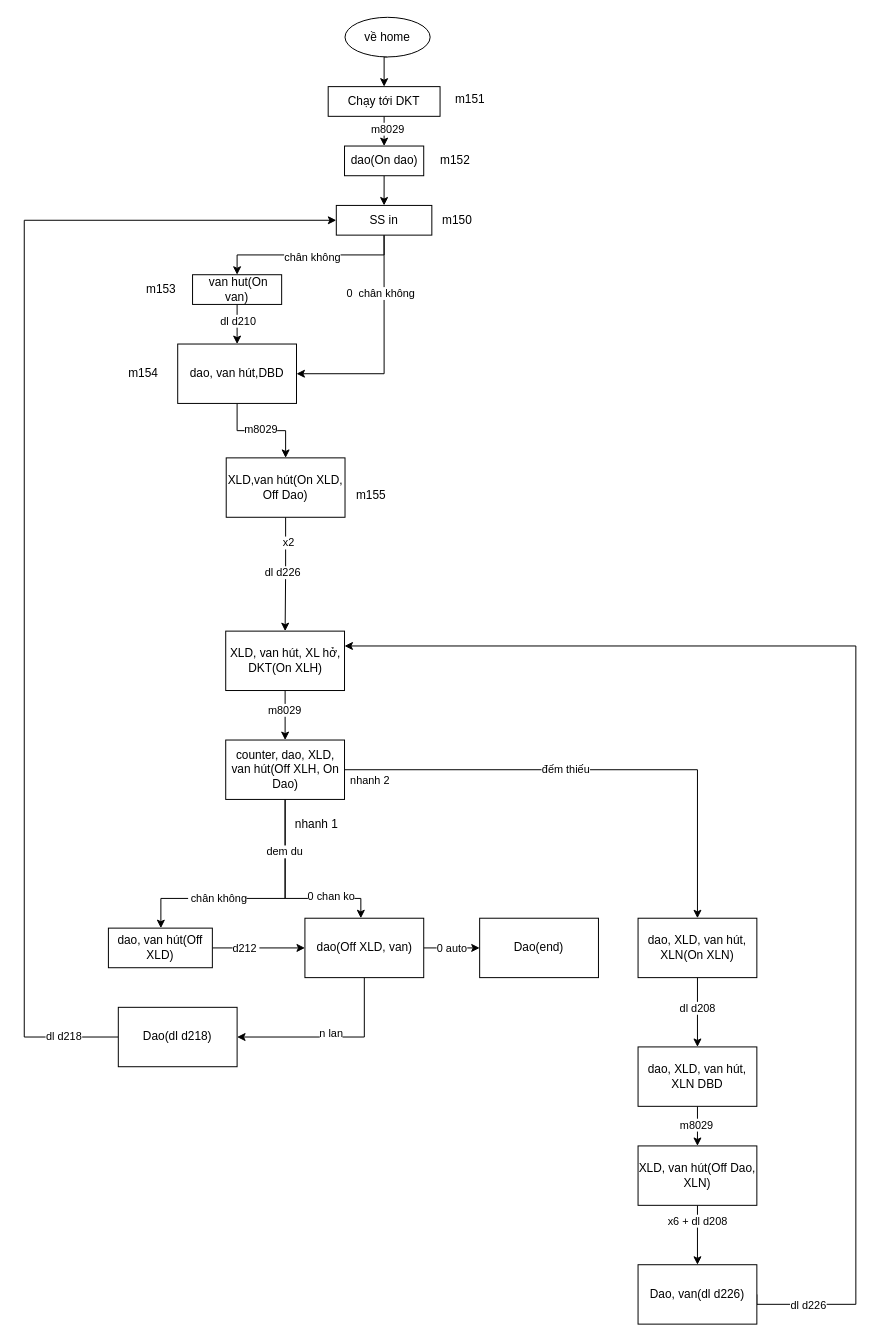
Earlier version of the draw.io diagram trai muc sau.drawio (robowindgit/a0-quyencun). Source tidied: cells renumbered, new cells numbered last; positions are measured from the earlier drawing's top-left corner, leaving out a move shared by most shapes. Both pictures are drawn from the tidied source at 99%, with x=0, y=0 at pixel (24, 17).
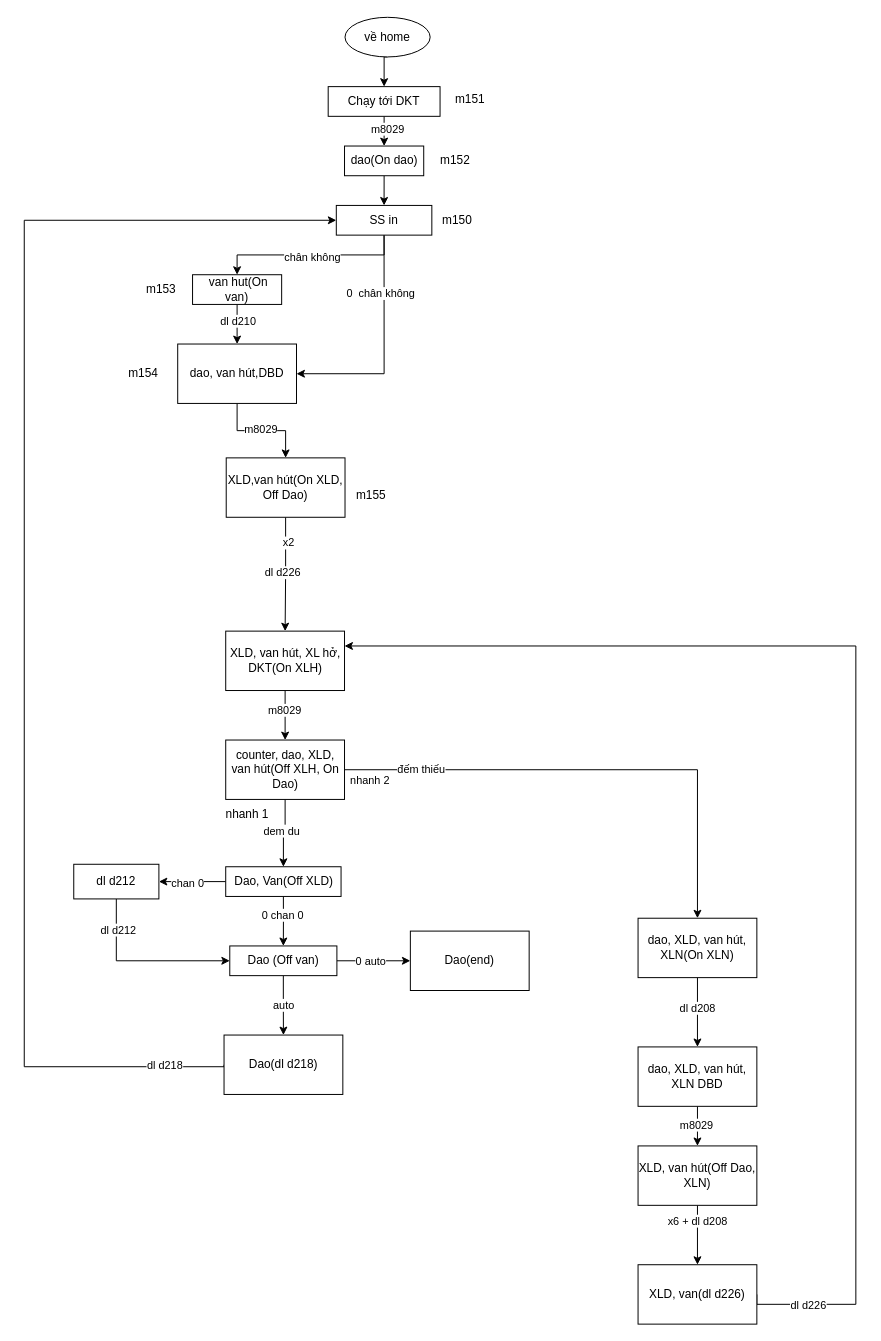
The same diagram, later.

Commit message:
Cập nhật trai muc sau.drawio

Unchanged cells that the change refers to:
```xml
<mxCell id="13" value="SS in" style="whiteSpace=wrap;html=1;" parent="1" vertex="1">
  <mxGeometry x="315.2" y="190" width="96.5" height="30" as="geometry" />
</mxCell>
<mxCell id="32" style="edgeStyle=orthogonalEdgeStyle;rounded=0;jettySize=auto;html=1;exitX=1;exitY=0.5;exitDx=0;exitDy=0;entryX=0.5;entryY=0;entryDx=0;entryDy=0;" parent="1" edge="1" source="35" target="48">
  <mxGeometry relative="1" as="geometry" />
</mxCell>
<mxCell id="35" value="counter, dao, XLD, van hút(Off XLH, On Dao)" style="whiteSpace=wrap;html=1;" parent="1" vertex="1">
  <mxGeometry x="203.5" y="730" width="120" height="60" as="geometry" />
</mxCell>
```

What changed in the source:
```diff
@@
-    <mxCell id="27" style="edgeStyle=orthogonalEdgeStyle;rounded=0;jettySize=auto;html=1;exitX=0.5;exitY=1;exitDx=0;exitDy=0;" parent="1" edge="1" source="35" target="38">
-      <mxGeometry relative="1" as="geometry">
-        <Array as="points">
-          <mxPoint x="264" y="890" />
-          <mxPoint x="138" y="890" />
-        </Array>
-      </mxGeometry>
-    </mxCell>
-    <mxCell id="28" value="&amp;nbsp;chân không" style="edgeLabel;html=1;align=center;verticalAlign=middle;" parent="27" vertex="1">
-      <mxGeometry x="0.07" y="-1" relative="1" as="geometry">
-        <mxPoint x="-32" as="offset" />
-      </mxGeometry>
-    </mxCell>
-    <mxCell id="29" style="edgeStyle=orthogonalEdgeStyle;rounded=0;jettySize=auto;html=1;exitX=0.5;exitY=1;exitDx=0;exitDy=0;" parent="1" edge="1" source="35" target="45">
-      <mxGeometry relative="1" as="geometry">
-        <Array as="points">
-          <mxPoint x="264" y="890" />
-          <mxPoint x="340" y="890" />
-        </Array>
-      </mxGeometry>
-    </mxCell>
-    <mxCell id="30" value="0 chan ko" style="edgeLabel;html=1;align=center;verticalAlign=middle;" parent="29" vertex="1">
-      <mxGeometry x="-0.12" y="-2" relative="1" as="geometry">
-        <mxPoint x="48" y="11" as="offset" />
-      </mxGeometry>
-    </mxCell>
-    <mxCell id="31" value="dem du" style="edgeLabel;html=1;align=center;verticalAlign=middle;" parent="29" vertex="1">
-      <mxGeometry x="-0.79" y="-1" relative="1" as="geometry">
-        <mxPoint y="31" as="offset" />
-      </mxGeometry>
-    </mxCell>
@@
     <mxCell id="33" value="đếm thiếu" style="edgeLabel;html=1;align=center;verticalAlign=middle;" parent="32" vertex="1">
-      <mxGeometry x="-0.12" y="1" relative="1" as="geometry" />
+      <mxGeometry x="-0.12" y="1" relative="1" as="geometry">
+        <mxPoint x="-146" as="offset" />
+      </mxGeometry>
     </mxCell>
@@
+    <mxCell id="67" style="edgeStyle=orthogonalEdgeStyle;rounded=0;jettySize=auto;html=1;exitX=0.5;exitY=1;exitDx=0;exitDy=0;entryX=0.5;entryY=0;entryDx=0;entryDy=0;" parent="1" edge="1" source="35" target="72">
+      <mxGeometry relative="1" as="geometry" />
+    </mxCell>
+    <mxCell id="31" value="dem du" style="edgeLabel;html=1;align=center;verticalAlign=middle;" parent="67" vertex="1">
+      <mxGeometry x="-0.18" relative="1" as="geometry">
+        <mxPoint x="-4" y="2" as="offset" />
+      </mxGeometry>
+    </mxCell>
@@
-    <mxCell id="36" style="edgeStyle=orthogonalEdgeStyle;rounded=0;jettySize=auto;html=1;exitX=1;exitY=0.5;exitDx=0;exitDy=0;entryX=0;entryY=0.5;entryDx=0;entryDy=0;" parent="1" edge="1" source="38" target="45">
-      <mxGeometry relative="1" as="geometry">
-        <Array as="points">
-          <mxPoint x="210" y="940" />
-          <mxPoint x="210" y="940" />
-        </Array>
-      </mxGeometry>
-    </mxCell>
-    <mxCell id="37" value="d212&amp;nbsp;" style="edgeLabel;html=1;align=center;verticalAlign=middle;" parent="36" vertex="1">
-      <mxGeometry x="-0.29" y="3" relative="1" as="geometry">
-        <mxPoint y="3" as="offset" />
-      </mxGeometry>
-    </mxCell>
-    <mxCell id="38" value="dao, van hút(Off XLD)" style="whiteSpace=wrap;html=1;" parent="1" vertex="1">
-      <mxGeometry x="85" y="920" width="105" height="40" as="geometry" />
-    </mxCell>
     <mxCell id="39" style="edgeStyle=orthogonalEdgeStyle;rounded=0;jettySize=auto;html=1;exitX=0;exitY=0.5;exitDx=0;exitDy=0;entryX=0;entryY=0.5;entryDx=0;entryDy=0;" parent="1" edge="1" source="58" target="13">
       <mxGeometry relative="1" as="geometry">
         <Array as="points">
-          <mxPoint y="1030" />
+          <mxPoint x="202" y="1060" />
+          <mxPoint y="1060" />
           <mxPoint y="205" />
         </Array>
       </mxGeometry>
     </mxCell>
@@
-    <mxCell id="41" style="edgeStyle=orthogonalEdgeStyle;rounded=0;jettySize=auto;html=1;exitX=0.5;exitY=1;exitDx=0;exitDy=0;entryX=1;entryY=0.5;entryDx=0;entryDy=0;" parent="1" edge="1" source="45" target="58">
-      <mxGeometry relative="1" as="geometry" />
-    </mxCell>
-    <mxCell id="42" value="n lan" style="edgeLabel;html=1;align=center;verticalAlign=middle;" parent="41" vertex="1">
-      <mxGeometry y="-5" relative="1" as="geometry" />
-    </mxCell>
-    <mxCell id="43" style="edgeStyle=orthogonalEdgeStyle;rounded=0;jettySize=auto;html=1;exitX=1;exitY=0.5;exitDx=0;exitDy=0;entryX=0;entryY=0.5;entryDx=0;entryDy=0;" parent="1" edge="1" source="45" target="59">
-      <mxGeometry relative="1" as="geometry" />
-    </mxCell>
-    <mxCell id="44" value="0 auto" style="edgeLabel;html=1;align=center;verticalAlign=middle;" parent="43" vertex="1">
-      <mxGeometry x="-0.59" y="4" relative="1" as="geometry">
-        <mxPoint x="16" y="4" as="offset" />
-      </mxGeometry>
-    </mxCell>
-    <mxCell id="45" value="dao(Off XLD, van)" style="whiteSpace=wrap;html=1;" parent="1" vertex="1">
-      <mxGeometry x="283.5" y="910" width="120" height="60" as="geometry" />
-    </mxCell>
@@
-    <mxCell id="57" value="Dao, van(dl d226)" style="whiteSpace=wrap;html=1;" parent="1" vertex="1">
+    <mxCell id="57" value="XLD, van(dl d226)" style="whiteSpace=wrap;html=1;" parent="1" vertex="1">
       <mxGeometry x="620" y="1260" width="120" height="60" as="geometry" />
     </mxCell>
     <mxCell id="58" value="Dao(dl d218)" style="whiteSpace=wrap;html=1;" parent="1" vertex="1">
-      <mxGeometry x="95" y="1000" width="120" height="60" as="geometry" />
+      <mxGeometry x="201.8" y="1028" width="120" height="60" as="geometry" />
     </mxCell>
     <mxCell id="59" value="Dao(end)" style="whiteSpace=wrap;html=1;" parent="1" vertex="1">
-      <mxGeometry x="460" y="910" width="120" height="60" as="geometry" />
+      <mxGeometry x="390" y="923" width="120" height="60" as="geometry" />
     </mxCell>
@@
+    <mxCell id="68" style="edgeStyle=orthogonalEdgeStyle;rounded=0;jettySize=auto;html=1;exitX=0;exitY=0.5;exitDx=0;exitDy=0;entryX=1;entryY=0.5;entryDx=0;entryDy=0;" parent="1" edge="1" source="72" target="75">
+      <mxGeometry relative="1" as="geometry" />
+    </mxCell>
+    <mxCell id="69" value="chan 0" style="edgeLabel;html=1;align=center;verticalAlign=middle;" parent="68" vertex="1">
+      <mxGeometry x="0.16" y="1" relative="1" as="geometry" />
+    </mxCell>
+    <mxCell id="70" style="edgeStyle=orthogonalEdgeStyle;rounded=0;jettySize=auto;html=1;exitX=0.5;exitY=1;exitDx=0;exitDy=0;entryX=0.5;entryY=0;entryDx=0;entryDy=0;" parent="1" edge="1" source="72" target="79">
+      <mxGeometry relative="1" as="geometry" />
+    </mxCell>
+    <mxCell id="71" value="0 chan 0" style="edgeLabel;html=1;align=center;verticalAlign=middle;" parent="70" vertex="1">
+      <mxGeometry x="-0.27" y="-1" relative="1" as="geometry" />
+    </mxCell>
+    <mxCell id="72" value="Dao, Van(Off XLD)" style="whiteSpace=wrap;html=1;" parent="1" vertex="1">
+      <mxGeometry x="203.5" y="858" width="116.5" height="30" as="geometry" />
+    </mxCell>
+    <mxCell id="73" style="edgeStyle=orthogonalEdgeStyle;rounded=0;jettySize=auto;html=1;exitX=0.5;exitY=1;exitDx=0;exitDy=0;entryX=0;entryY=0.5;entryDx=0;entryDy=0;" parent="1" edge="1" source="75" target="79">
+      <mxGeometry relative="1" as="geometry" />
+    </mxCell>
+    <mxCell id="74" value="dl d212" style="edgeLabel;html=1;align=center;verticalAlign=middle;" parent="73" vertex="1">
+      <mxGeometry x="-0.65" y="1" relative="1" as="geometry" />
+    </mxCell>
+    <mxCell id="75" value="dl d212" style="whiteSpace=wrap;html=1;" parent="1" vertex="1">
+      <mxGeometry x="50" y="855.5" width="86" height="35" as="geometry" />
+    </mxCell>
+    <mxCell id="76" style="edgeStyle=orthogonalEdgeStyle;rounded=0;jettySize=auto;html=1;exitX=0.5;exitY=1;exitDx=0;exitDy=0;entryX=0.5;entryY=0;entryDx=0;entryDy=0;" parent="1" edge="1" source="79" target="58">
+      <mxGeometry relative="1" as="geometry" />
+    </mxCell>
+    <mxCell id="77" value="auto" style="edgeLabel;html=1;align=center;verticalAlign=middle;" parent="76" vertex="1">
+      <mxGeometry x="-0.05" relative="1" as="geometry" />
+    </mxCell>
+    <mxCell id="78" style="edgeStyle=orthogonalEdgeStyle;rounded=0;jettySize=auto;html=1;exitX=1;exitY=0.5;exitDx=0;exitDy=0;entryX=0;entryY=0.5;entryDx=0;entryDy=0;" parent="1" edge="1" source="79" target="59">
+      <mxGeometry relative="1" as="geometry" />
+    </mxCell>
+    <mxCell id="44" value="0 auto" style="edgeLabel;html=1;align=center;verticalAlign=middle;" parent="78" vertex="1">
+      <mxGeometry x="-0.57" y="-4" relative="1" as="geometry">
+        <mxPoint x="18" y="-4" as="offset" />
+      </mxGeometry>
+    </mxCell>
+    <mxCell id="79" value="Dao (Off van)" style="whiteSpace=wrap;html=1;" parent="1" vertex="1">
+      <mxGeometry x="207.6" y="938" width="108.2" height="30" as="geometry" />
+    </mxCell>
     <mxCell id="66" value="nhanh 1" style="text;html=1;align=center;verticalAlign=middle;strokeColor=none;fillColor=none;" parent="1" vertex="1">
-      <mxGeometry x="260" y="800" width="70" height="30" as="geometry" />
+      <mxGeometry x="190" y="790" width="70" height="30" as="geometry" />
     </mxCell>
```
